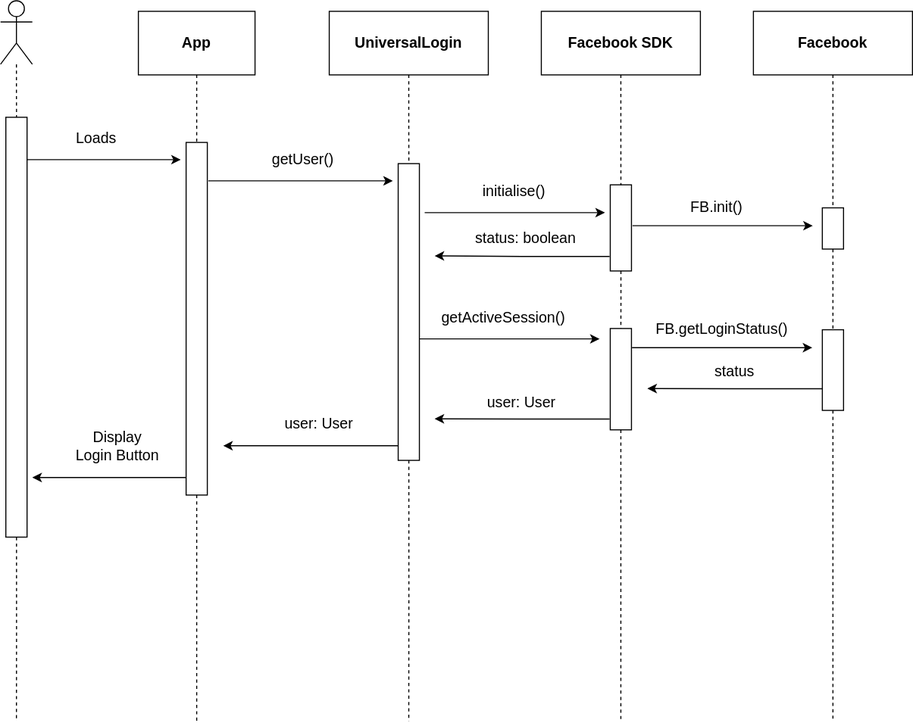
Earlier version of the draw.io export UML Sequence Diagrams/UML Sequence Diagram - Facebook SDK User Login.svg (treeindev/uml-diagrams). Source tidied: cells renumbered, new cells last; positions are measured from the earlier drawing's top-left corner, leaving out a move shared by most shapes.
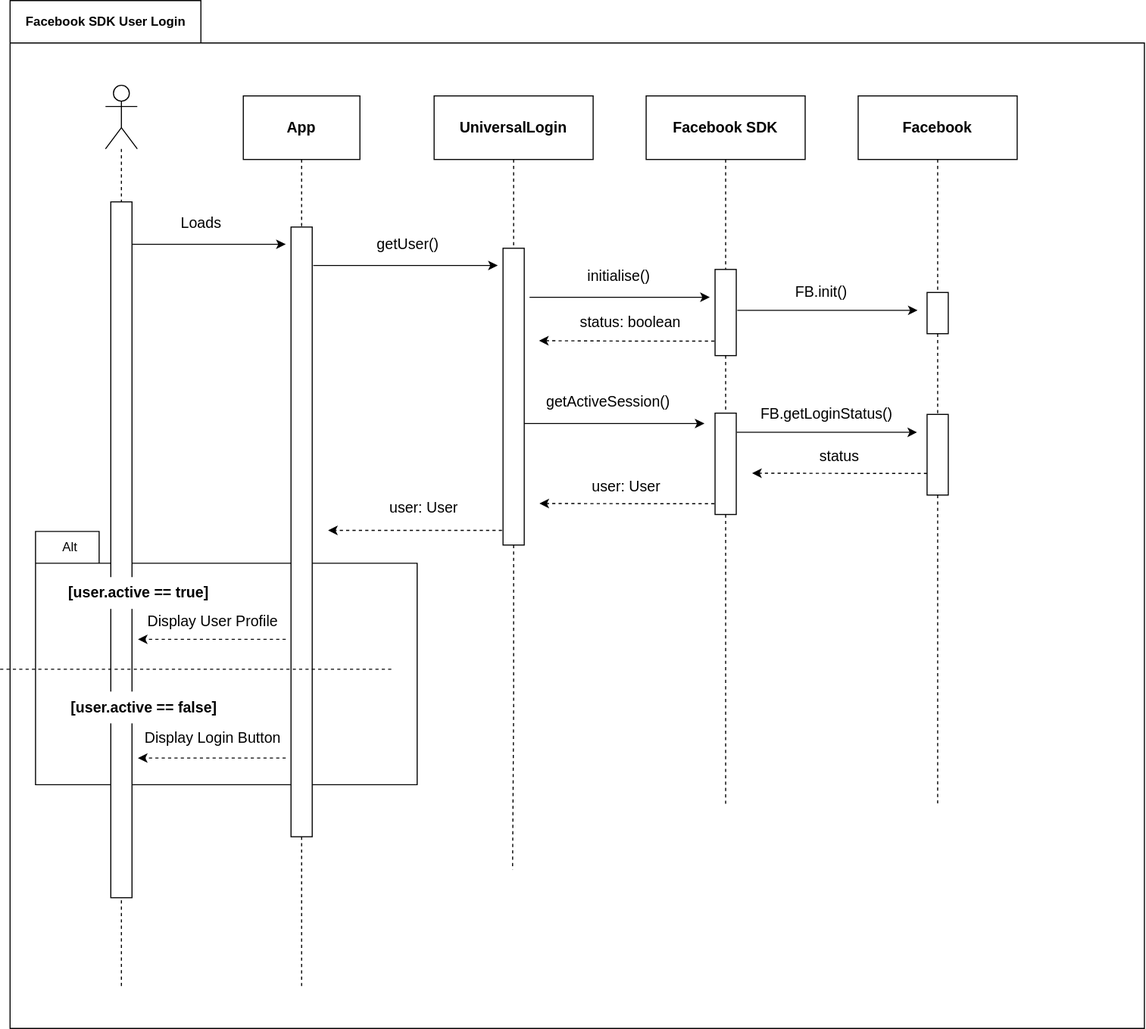
The same file after the commit.

The edit, as a diff of the source:
```diff
@@ -2,7 +2,13 @@
   <root>
     <mxCell id="0" />
     <mxCell id="1" parent="0" />
+    <mxCell id="48" style="shape=folder;fontStyle=1;spacingTop=10;tabWidth=180;tabHeight=40;tabPosition=left;html=1;" parent="1" vertex="1">
+      <mxGeometry x="93" y="-80" width="1070" height="970" as="geometry" />
+    </mxCell>
+    <mxCell id="49" style="rounded=0;whiteSpace=wrap;html=1;dashed=1;fontSize=14;strokeColor=none;strokeWidth=1;fillColor=default;" parent="1" vertex="1">
+      <mxGeometry x="154" y="421" width="57" height="27" as="geometry" />
+    </mxCell>
-    <mxCell id="2" style="edgeStyle=orthogonalEdgeStyle;rounded=0;orthogonalLoop=1;jettySize=auto;html=1;fontSize=14;endArrow=classic;endFill=1;" parent="1" edge="1">
+    <mxCell id="2" style="edgeStyle=orthogonalEdgeStyle;rounded=0;orthogonalLoop=1;jettySize=auto;html=1;fontSize=14;endArrow=classic;endFill=1;dashed=1;" parent="1" edge="1">
       <mxGeometry relative="1" as="geometry">
         <mxPoint x="563" y="420" as="sourcePoint" />
         <mxPoint x="393" y="420" as="targetPoint" />
@@ -12,8 +18,9 @@
         </Array>
       </mxGeometry>
     </mxCell>
-    <mxCell id="3" style="edgeStyle=orthogonalEdgeStyle;rounded=0;jettySize=auto;html=1;dashed=1;fontSize=14;endArrow=none;endFill=0;startArrow=none;" parent="1" edge="1" source="13">
+    <mxCell id="3" style="edgeStyle=orthogonalEdgeStyle;rounded=0;orthogonalLoop=1;jettySize=auto;html=1;dashed=1;fontSize=14;endArrow=none;endFill=0;startArrow=none;" parent="1" edge="1">
       <mxGeometry relative="1" as="geometry">
+        <mxPoint x="198" y="850" as="sourcePoint" />
         <mxPoint x="198" y="680" as="targetPoint" />
       </mxGeometry>
     </mxCell>
@@ -22,7 +29,7 @@
     </mxCell>
     <mxCell id="5" style="edgeStyle=orthogonalEdgeStyle;rounded=0;jettySize=auto;html=1;fontSize=14;endArrow=none;endFill=0;dashed=1;startArrow=none;" parent="1" edge="1" source="15">
       <mxGeometry relative="1" as="geometry">
-        <mxPoint x="368" y="680" as="targetPoint" />
+        <mxPoint x="368" y="850" as="targetPoint" />
       </mxGeometry>
     </mxCell>
     <mxCell id="6" value="App" style="rounded=0;whiteSpace=wrap;html=1;fontStyle=1;fontSize=14;" parent="1" vertex="1">
@@ -30,7 +37,7 @@
     </mxCell>
     <mxCell id="7" style="edgeStyle=orthogonalEdgeStyle;rounded=0;jettySize=auto;html=1;dashed=1;fontSize=14;endArrow=none;endFill=0;startArrow=none;" parent="1" edge="1" source="18">
       <mxGeometry relative="1" as="geometry">
-        <mxPoint x="568" y="680" as="targetPoint" />
+        <mxPoint x="567" y="740" as="targetPoint" />
       </mxGeometry>
     </mxCell>
     <mxCell id="8" value="UniversalLogin" style="rounded=0;whiteSpace=wrap;html=1;fontStyle=1;fontSize=14;" parent="1" vertex="1">
@@ -52,15 +59,18 @@
     <mxCell id="12" value="Facebook" style="rounded=0;whiteSpace=wrap;html=1;fontStyle=1;fontSize=14;" parent="1" vertex="1">
       <mxGeometry x="893" y="10" width="150" height="60" as="geometry" />
     </mxCell>
+    <mxCell id="14" style="edgeStyle=orthogonalEdgeStyle;rounded=0;jettySize=auto;html=1;dashed=1;fontSize=14;endArrow=none;endFill=0;" parent="1" edge="1" source="4" target="13">
+      <mxGeometry relative="1" as="geometry" />
+    </mxCell>
+    <mxCell id="50" value="&lt;span style=&quot;color: rgba(0 , 0 , 0 , 0) ; font-family: monospace ; font-size: 0px ; font-weight: 400&quot;&gt;%3CmxGraphModel%3E%3Croot%3E%3CmxCell%20id%3D%220%22%2F%3E%3CmxCell%20id%3D%221%22%20parent%3D%220%22%2F%3E%3CmxCell%20id%3D%222%22%20value%3D%22%22%20style%3D%22rounded%3D0%3BwhiteSpace%3Dwrap%3Bhtml%3D1%3Bdashed%3D1%3BfontSize%3D14%3BstrokeColor%3Dnone%3BstrokeWidth%3D1%3BfillColor%3Ddefault%3B%22%20vertex%3D%221%22%20parent%3D%221%22%3E%3CmxGeometry%20x%3D%22-600%22%20y%3D%22476%22%20width%3D%2270%22%20height%3D%2234%22%20as%3D%22geometry%22%2F%3E%3C%2FmxCell%3E%3C%2Froot%3E%3C%2FmxGraphModel%3E&lt;/span&gt;" style="shape=folder;fontStyle=1;spacingTop=10;tabWidth=60;tabHeight=30;tabPosition=left;html=1;" parent="1" vertex="1">
+      <mxGeometry x="117" y="421" width="360" height="239" as="geometry" />
+    </mxCell>
+    <mxCell id="15" style="rounded=0;whiteSpace=wrap;html=1;fontSize=14;rotation=90;" parent="1" vertex="1">
+      <mxGeometry x="80.3" y="411.4" width="575.3" height="20" as="geometry" />
+    </mxCell>
     <mxCell id="13" style="rounded=0;whiteSpace=wrap;html=1;fontSize=14;rotation=90;" parent="1" vertex="1">
-      <mxGeometry x="-0.1" y="298.1" width="396.2" height="20" as="geometry" />
+      <mxGeometry x="-130.3" y="428.3" width="656.6" height="20" as="geometry" />
     </mxCell>
-    <mxCell id="14" style="edgeStyle=orthogonalEdgeStyle;rounded=0;jettySize=auto;html=1;dashed=1;fontSize=14;endArrow=none;endFill=0;" parent="1" edge="1" source="4" target="13">
-      <mxGeometry relative="1" as="geometry" />
-    </mxCell>
-    <mxCell id="15" style="rounded=0;whiteSpace=wrap;html=1;fontSize=14;rotation=90;" parent="1" vertex="1">
-      <mxGeometry x="201.6" y="290.1" width="332.8" height="20" as="geometry" />
-    </mxCell>
     <mxCell id="16" style="edgeStyle=orthogonalEdgeStyle;rounded=0;jettySize=auto;html=1;fontSize=14;endArrow=none;endFill=0;dashed=1;" parent="1" edge="1" source="6" target="15">
       <mxGeometry relative="1" as="geometry" />
     </mxCell>
@@ -106,21 +116,12 @@
         <mxPoint x="949" y="212.3" as="targetPoint" />
       </mxGeometry>
     </mxCell>
-    <mxCell id="27" style="edgeStyle=elbowEdgeStyle;elbow=horizontal;endArrow=classic;html=1;rounded=0;fontSize=14;" parent="1" edge="1">
+    <mxCell id="27" style="edgeStyle=elbowEdgeStyle;elbow=horizontal;endArrow=classic;html=1;rounded=0;fontSize=14;dashed=1;" parent="1" edge="1">
       <mxGeometry relative="1" as="geometry">
         <mxPoint x="958" y="366.2" as="sourcePoint" />
         <mxPoint x="793" y="366" as="targetPoint" />
       </mxGeometry>
     </mxCell>
-    <mxCell id="28" style="edgeStyle=orthogonalEdgeStyle;rounded=0;orthogonalLoop=1;jettySize=auto;html=1;fontSize=14;endArrow=classic;endFill=1;" parent="1" edge="1">
-      <mxGeometry relative="1" as="geometry">
-        <mxPoint x="358" y="450" as="sourcePoint" />
-        <mxPoint x="213" y="450" as="targetPoint" />
-        <Array as="points">
-          <mxPoint x="268" y="450" />
-        </Array>
-      </mxGeometry>
-    </mxCell>
     <mxCell id="29" value="Loads" style="text;html=1;align=center;verticalAlign=middle;strokeColor=none;fillColor=none;fontSize=14;" parent="1" vertex="1">
       <mxGeometry x="248" y="120" width="50" height="20" as="geometry" />
     </mxCell>
@@ -157,10 +158,10 @@
     <mxCell id="38" value="FB.getLoginStatus()" style="text;html=1;align=center;verticalAlign=middle;strokeColor=none;fillColor=none;fontSize=14;" parent="1" vertex="1">
       <mxGeometry x="793" y="300" width="140" height="20" as="geometry" />
     </mxCell>
-    <mxCell id="39" style="edgeStyle=elbowEdgeStyle;elbow=horizontal;endArrow=classic;html=1;rounded=0;fontSize=14;" parent="1" edge="1">
+    <mxCell id="39" style="edgeStyle=elbowEdgeStyle;elbow=horizontal;endArrow=classic;html=1;rounded=0;fontSize=14;dashed=1;" parent="1" edge="1">
       <mxGeometry relative="1" as="geometry">
         <mxPoint x="757.4" y="241.4" as="sourcePoint" />
-        <mxPoint x="592.4" y="240.8" as="targetPoint" />
+        <mxPoint x="592" y="241" as="targetPoint" />
       </mxGeometry>
     </mxCell>
     <mxCell id="40" value="status: boolean" style="text;html=1;align=center;verticalAlign=middle;strokeColor=none;fillColor=none;fontSize=14;" parent="1" vertex="1">
@@ -175,7 +176,7 @@
     <mxCell id="43" value="status" style="text;html=1;align=center;verticalAlign=middle;strokeColor=none;fillColor=none;fontSize=14;" parent="1" vertex="1">
       <mxGeometry x="849.9" y="340" width="50" height="20" as="geometry" />
     </mxCell>
-    <mxCell id="44" style="edgeStyle=elbowEdgeStyle;elbow=horizontal;endArrow=classic;html=1;rounded=0;fontSize=14;" parent="1" edge="1">
+    <mxCell id="44" style="edgeStyle=elbowEdgeStyle;elbow=horizontal;endArrow=classic;html=1;rounded=0;fontSize=14;dashed=1;" parent="1" edge="1">
       <mxGeometry relative="1" as="geometry">
         <mxPoint x="757.4" y="394.8" as="sourcePoint" />
         <mxPoint x="592.4" y="394.6" as="targetPoint" />
@@ -187,8 +188,38 @@
     <mxCell id="46" value="user: User" style="text;html=1;align=center;verticalAlign=middle;strokeColor=none;fillColor=none;fontSize=14;" parent="1" vertex="1">
       <mxGeometry x="443" y="388.6" width="80" height="20" as="geometry" />
     </mxCell>
+    <mxCell id="51" value="Facebook SDK User Login" style="text;html=1;align=center;verticalAlign=middle;strokeColor=none;fillColor=none;fontStyle=1;" parent="1" vertex="1">
+      <mxGeometry x="98" y="-70" width="170" height="20" as="geometry" />
+    </mxCell>
+    <mxCell id="52" style="line;strokeWidth=1;fillColor=none;align=left;verticalAlign=middle;spacingTop=-1;spacingLeft=3;spacingRight=3;labelPosition=right;rounded=0;fontSize=14;dashed=1;" parent="1" vertex="1">
+      <mxGeometry x="83.6" y="547" width="369.4" height="8" as="geometry" />
+    </mxCell>
+    <mxCell id="53" value="&amp;nbsp; Alt&amp;nbsp;" style="text;html=1;align=center;verticalAlign=middle;strokeColor=none;fillColor=default;rounded=0;strokeWidth=1;spacing=2;" parent="1" vertex="1">
+      <mxGeometry x="127.6" y="426" width="40" height="20" as="geometry" />
+    </mxCell>
+    <mxCell id="54" value="[user.active == true]" style="text;html=1;align=center;verticalAlign=middle;strokeColor=none;fillColor=default;fontStyle=1;fontSize=14;spacing=4;" parent="1" vertex="1">
+      <mxGeometry x="133.6" y="464.1" width="160" height="30" as="geometry" />
+    </mxCell>
+    <mxCell id="55" style="edgeStyle=elbowEdgeStyle;elbow=horizontal;endArrow=classic;html=1;rounded=0;fontSize=14;dashed=1;" parent="1" edge="1">
+      <mxGeometry x="-280" y="510" as="geometry">
+        <mxPoint x="353" y="522.8" as="sourcePoint" />
+        <mxPoint x="213.6" y="522.8" as="targetPoint" />
+      </mxGeometry>
+    </mxCell>
+    <mxCell id="56" value="Display User Profile" style="text;html=1;align=center;verticalAlign=middle;strokeColor=none;fillColor=none;fontSize=14;" parent="1" vertex="1">
+      <mxGeometry x="213.6" y="496" width="140" height="20" as="geometry" />
+    </mxCell>
+    <mxCell id="57" value="[user.active == false]" style="text;html=1;align=center;verticalAlign=middle;strokeColor=none;fillColor=default;fontStyle=1;fontSize=14;spacing=4;" parent="1" vertex="1">
+      <mxGeometry x="138.9" y="572.1" width="160" height="30" as="geometry" />
+    </mxCell>
+    <mxCell id="58" style="edgeStyle=elbowEdgeStyle;elbow=horizontal;endArrow=classic;html=1;rounded=0;fontSize=14;dashed=1;" parent="1" edge="1">
+      <mxGeometry x="-280" y="510" as="geometry">
+        <mxPoint x="353" y="634.8" as="sourcePoint" />
+        <mxPoint x="213.6" y="634.8" as="targetPoint" />
+      </mxGeometry>
+    </mxCell>
-    <mxCell id="47" value="Display&lt;br&gt;Login Button" style="text;html=1;align=center;verticalAlign=middle;strokeColor=none;fillColor=none;fontSize=14;" parent="1" vertex="1">
-      <mxGeometry x="248" y="400" width="90" height="40" as="geometry" />
+    <mxCell id="47" value="Display Login Button" style="text;html=1;align=center;verticalAlign=middle;strokeColor=none;fillColor=none;fontSize=14;" parent="1" vertex="1">
+      <mxGeometry x="213.6" y="606" width="140" height="20" as="geometry" />
     </mxCell>
   </root>
 </mxGraphModel>
```
